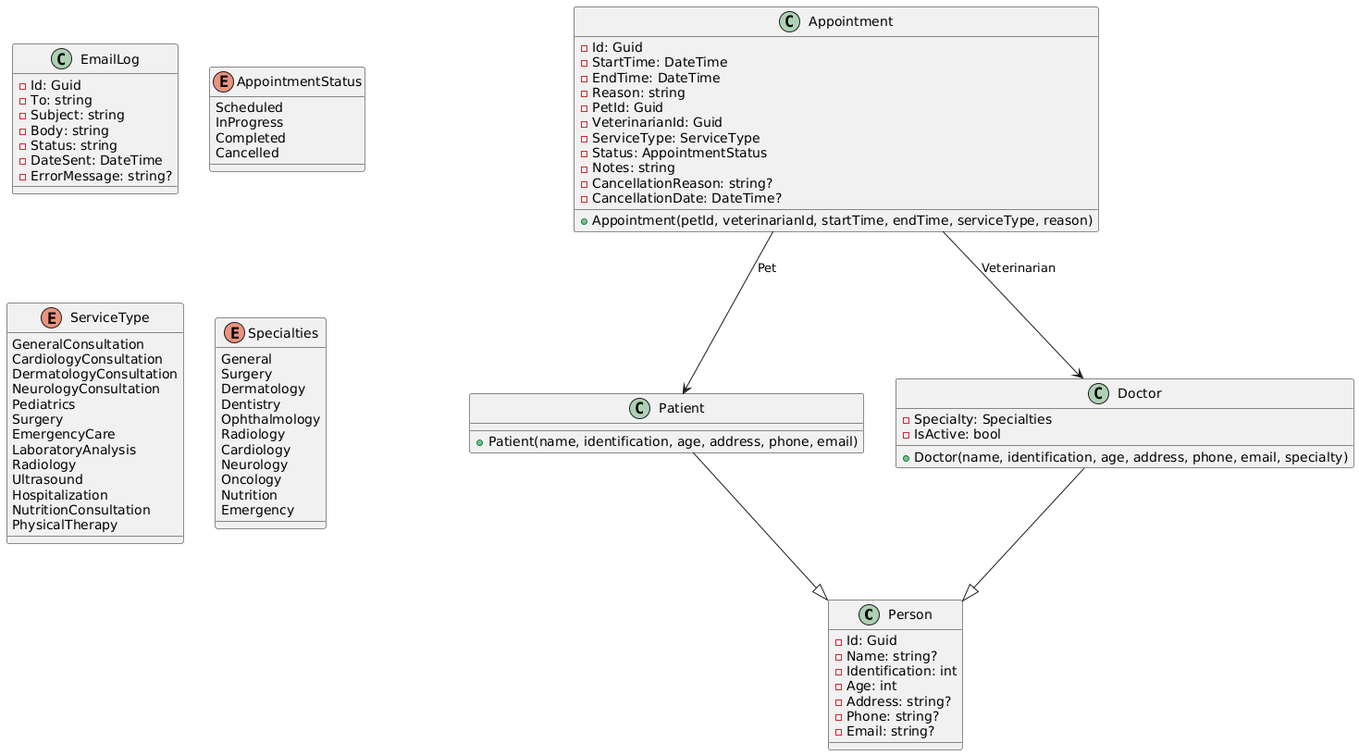
The PlantUML diagram docs/DiagramClass.png in SebastianRdev/SanVicenteHospital, before a commit. Its diagram source:
```plantuml
@startuml

class Person {
    - Id: Guid
    - Name: string?
    - Identification: int
    - Age: int
    - Address: string?
    - Phone: string?
    - Email: string?
}

class Patient {
    + Patient(name, identification, age, address, phone, email)
}

class Doctor {
    - Specialty: Specialties
    - IsActive: bool
    + Doctor(name, identification, age, address, phone, email, specialty)
}

class Appointment {
    - Id: Guid
    - StartTime: DateTime
    - EndTime: DateTime
    - Reason: string
    - PetId: Guid
    - VeterinarianId: Guid
    - ServiceType: ServiceType
    - Status: AppointmentStatus
    - Notes: string
    - CancellationReason: string?
    - CancellationDate: DateTime?
    + Appointment(petId, veterinarianId, startTime, endTime, serviceType, reason)
}

class EmailLog {
    - Id: Guid
    - To: string
    - Subject: string
    - Body: string
    - Status: string
    - DateSent: DateTime
    - ErrorMessage: string?
}

enum AppointmentStatus {
    Scheduled
    InProgress
    Completed
    Cancelled
}

enum ServiceType {
    GeneralConsultation
    CardiologyConsultation
    DermatologyConsultation
    NeurologyConsultation
    Pediatrics
    Surgery
    EmergencyCare
    LaboratoryAnalysis
    Radiology
    Ultrasound
    Hospitalization
    NutritionConsultation
    PhysicalTherapy
}

enum Specialties {
    General
    Surgery
    Dermatology
    Dentistry
    Ophthalmology
    Radiology
    Cardiology
    Neurology
    Oncology
    Nutrition
    Emergency
}

Patient --|> Person
Doctor --|> Person
Appointment --> Doctor : Veterinarian
Appointment --> Patient : Pet
@enduml
```
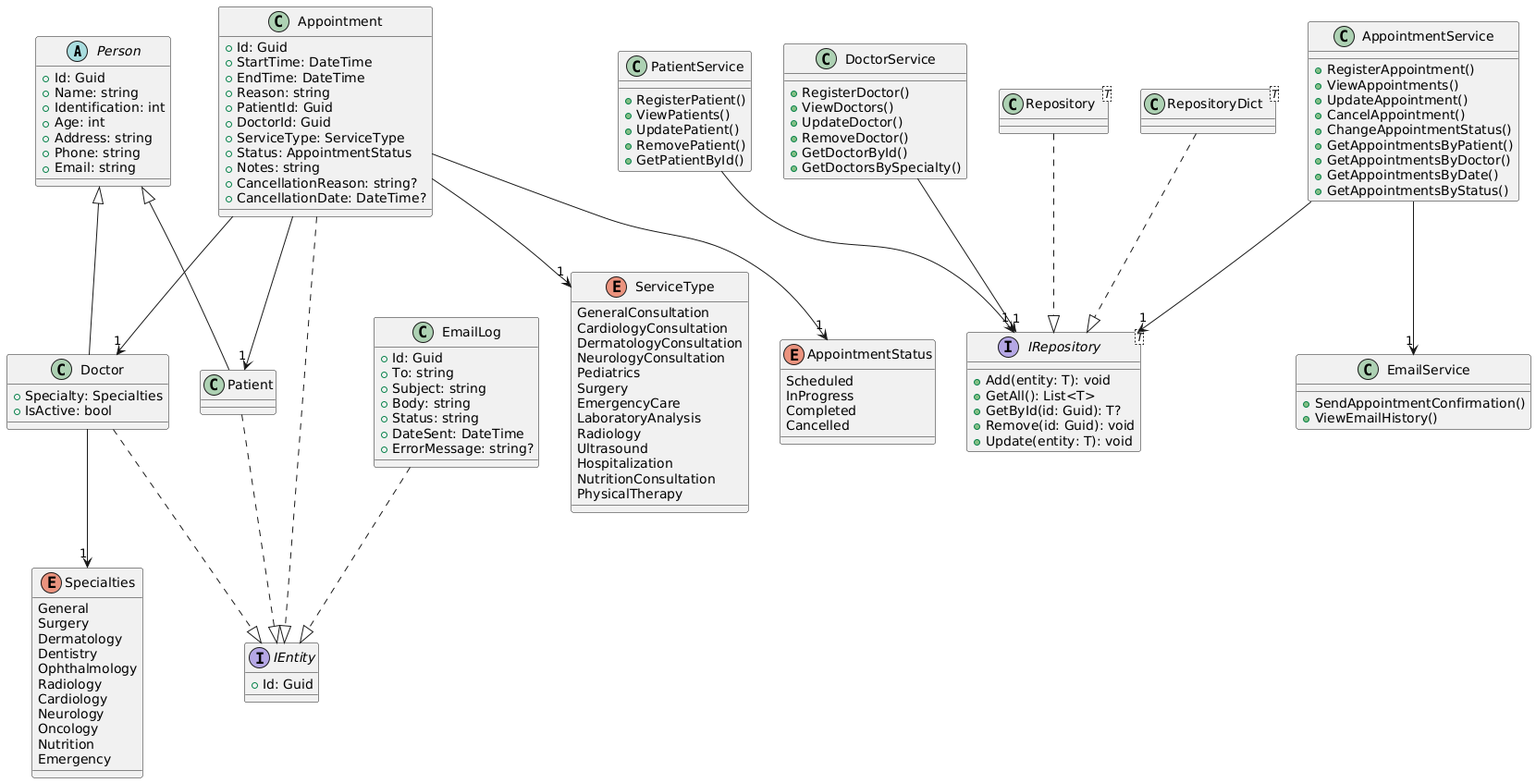
After the commit.

Commit message:
docs: Add DiagramClass  and UseCaseDiagram

Change to the diagram source:
```diff
@@ -1,89 +1,153 @@
 @startuml
+abstract class Person {
+  +Id: Guid
+  +Name: string
+  +Identification: int
+  +Age: int
+  +Address: string
+  +Phone: string
+  +Email: string
+}
 
-class Person {
-    - Id: Guid
-    - Name: string?
-    - Identification: int
-    - Age: int
-    - Address: string?
-    - Phone: string?
-    - Email: string?
+interface IEntity {
+  +Id: Guid
+}
+
+interface IRepository<T> {
+  +Add(entity: T): void
+  +GetAll(): List<T>
+  +GetById(id: Guid): T?
+  +Remove(id: Guid): void
+  +Update(entity: T): void
 }
 
 class Patient {
-    + Patient(name, identification, age, address, phone, email)
 }
 
 class Doctor {
-    - Specialty: Specialties
-    - IsActive: bool
-    + Doctor(name, identification, age, address, phone, email, specialty)
+  +Specialty: Specialties
+  +IsActive: bool
 }
 
 class Appointment {
-    - Id: Guid
-    - StartTime: DateTime
-    - EndTime: DateTime
-    - Reason: string
-    - PetId: Guid
-    - VeterinarianId: Guid
-    - ServiceType: ServiceType
-    - Status: AppointmentStatus
-    - Notes: string
-    - CancellationReason: string?
-    - CancellationDate: DateTime?
-    + Appointment(petId, veterinarianId, startTime, endTime, serviceType, reason)
+  +Id: Guid
+  +StartTime: DateTime
+  +EndTime: DateTime
+  +Reason: string
+  +PatientId: Guid
+  +DoctorId: Guid
+  +ServiceType: ServiceType
+  +Status: AppointmentStatus
+  +Notes: string
+  +CancellationReason: string?
+  +CancellationDate: DateTime?
 }
 
 class EmailLog {
-    - Id: Guid
-    - To: string
-    - Subject: string
-    - Body: string
-    - Status: string
-    - DateSent: DateTime
-    - ErrorMessage: string?
+  +Id: Guid
+  +To: string
+  +Subject: string
+  +Body: string
+  +Status: string
+  +DateSent: DateTime
+  +ErrorMessage: string?
+}
+
+class PatientService {
+  +RegisterPatient()
+  +ViewPatients()
+  +UpdatePatient()
+  +RemovePatient()
+  +GetPatientById()
+}
+
+class DoctorService {
+  +RegisterDoctor()
+  +ViewDoctors()
+  +UpdateDoctor()
+  +RemoveDoctor()
+  +GetDoctorById()
+  +GetDoctorsBySpecialty()
+}
+
+class AppointmentService {
+  +RegisterAppointment()
+  +ViewAppointments()
+  +UpdateAppointment()
+  +CancelAppointment()
+  +ChangeAppointmentStatus()
+  +GetAppointmentsByPatient()
+  +GetAppointmentsByDoctor()
+  +GetAppointmentsByDate()
+  +GetAppointmentsByStatus()
+}
+
+class EmailService {
+  +SendAppointmentConfirmation()
+  +ViewEmailHistory()
+}
+
+class Repository<T> {
+}
+
+class RepositoryDict<T> {
+}
+
+enum Specialties {
+  General
+  Surgery
+  Dermatology
+  Dentistry
+  Ophthalmology
+  Radiology
+  Cardiology
+  Neurology
+  Oncology
+  Nutrition
+  Emergency
+}
+
+enum ServiceType {
+  GeneralConsultation
+  CardiologyConsultation
+  DermatologyConsultation
+  NeurologyConsultation
+  Pediatrics
+  Surgery
+  EmergencyCare
+  LaboratoryAnalysis
+  Radiology
+  Ultrasound
+  Hospitalization
+  NutritionConsultation
+  PhysicalTherapy
 }
 
 enum AppointmentStatus {
-    Scheduled
-    InProgress
-    Completed
-    Cancelled
+  Scheduled
+  InProgress
+  Completed
+  Cancelled
 }
 
-enum ServiceType {
-    GeneralConsultation
-    CardiologyConsultation
-    DermatologyConsultation
-    NeurologyConsultation
-    Pediatrics
-    Surgery
-    EmergencyCare
-    LaboratoryAnalysis
-    Radiology
-    Ultrasound
-    Hospitalization
-    NutritionConsultation
-    PhysicalTherapy
-}
+Person <|-- Patient
+Person <|-- Doctor
+Patient ..|> IEntity
+Doctor ..|> IEntity
+Appointment ..|> IEntity
+EmailLog ..|> IEntity
 
-enum Specialties {
-    General
-    Surgery
-    Dermatology
-    Dentistry
-    Ophthalmology
-    Radiology
-    Cardiology
-    Neurology
-    Oncology
-    Nutrition
-    Emergency
-}
+Repository ..|> IRepository
+RepositoryDict ..|> IRepository
 
-Patient --|> Person
-Doctor --|> Person
-Appointment --> Doctor : Veterinarian
-Appointment --> Patient : Pet
+Doctor --> "1" Specialties
+Appointment --> "1" ServiceType
+Appointment --> "1" AppointmentStatus
+Appointment --> "1" Patient
+Appointment --> "1" Doctor
+
+PatientService --> "1" IRepository
+DoctorService --> "1" IRepository
+AppointmentService --> "1" IRepository
+AppointmentService --> "1" EmailService
 @enduml
```
